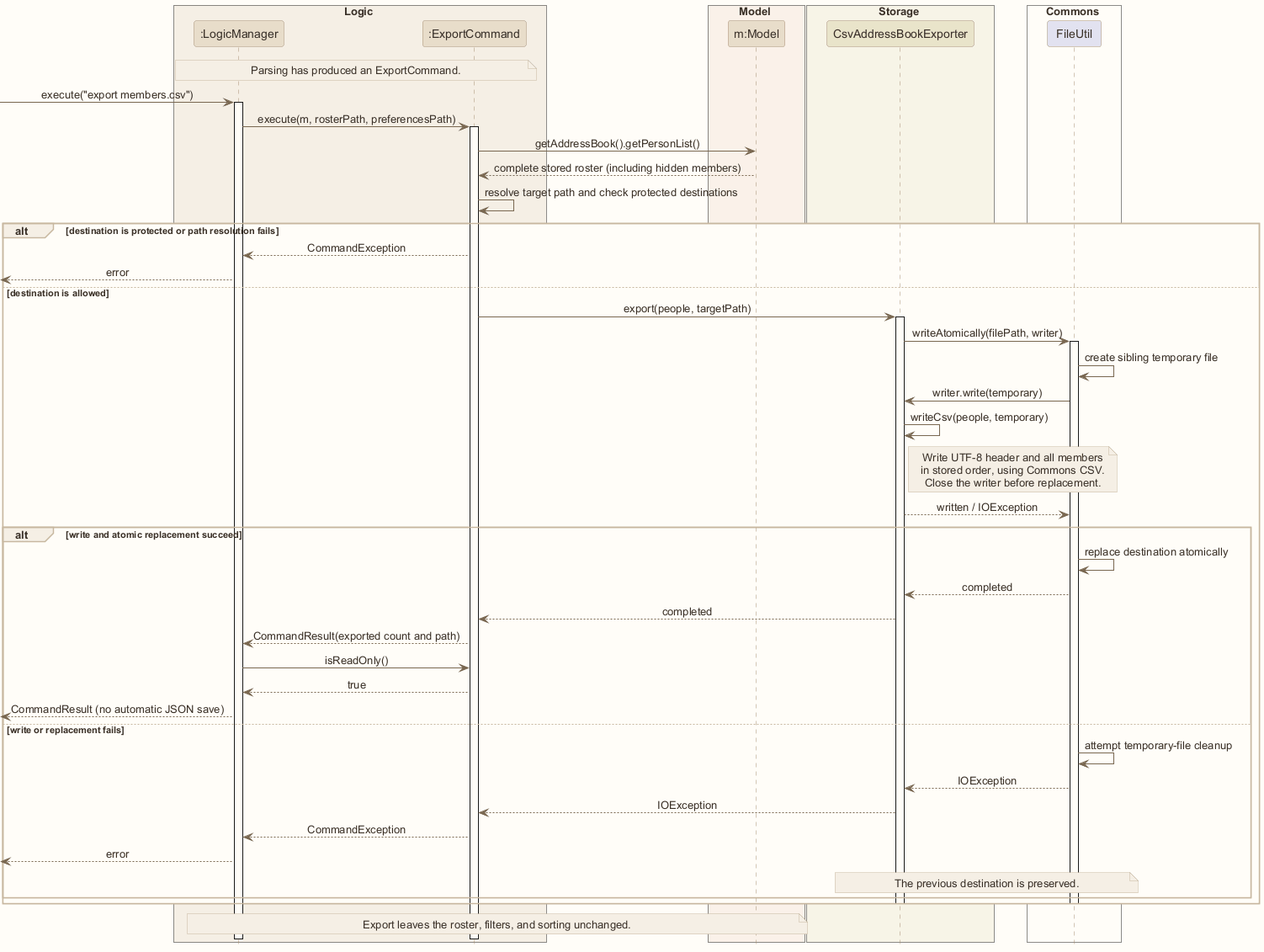
Before: images/CsvExportSequenceDiagram.png, a diagram exported from PlantUML (AY2627S1-CS2103T-W12-1/tp).
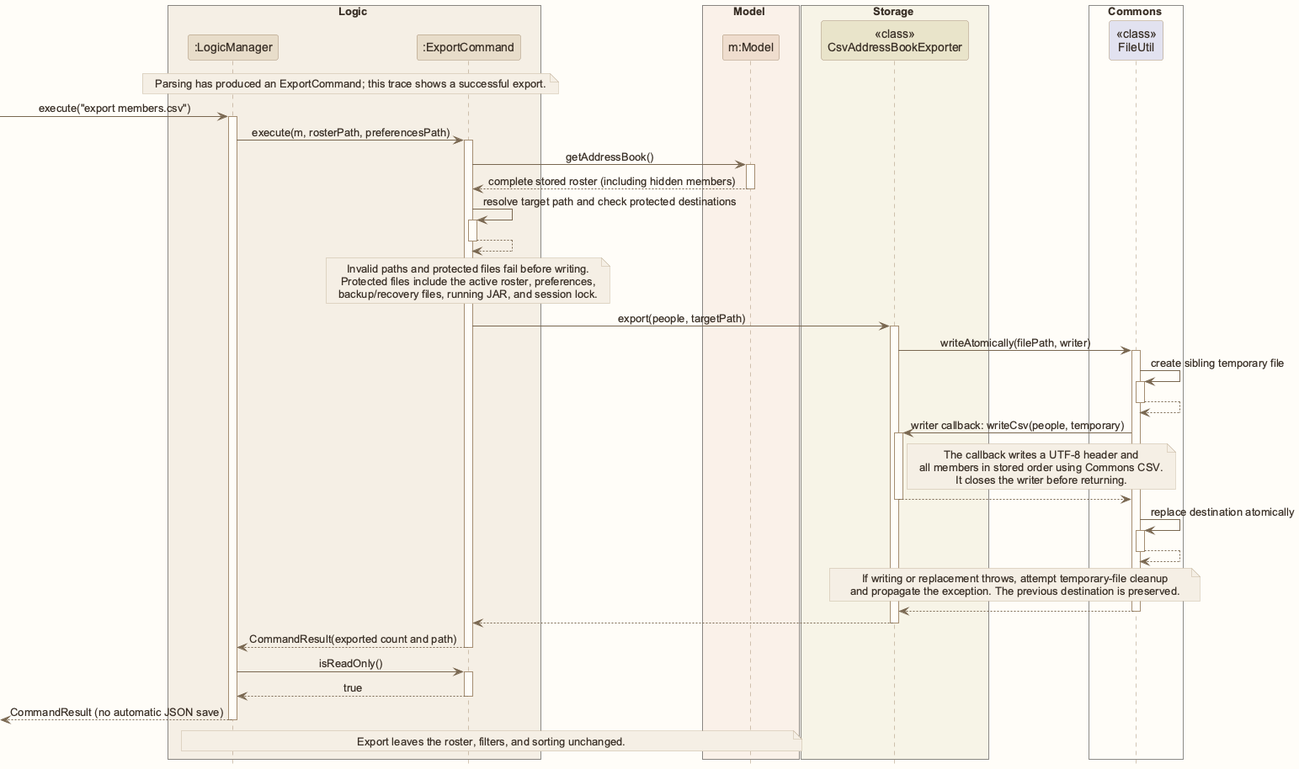
After the commit.

The edit, as a diff of the source:
```diff
@@ -1,4 +1,5 @@
 @startuml
+!pragma layout smetana
 !include style.puml
 skinparam ArrowFontStyle plain
 
@@ -10,57 +11,66 @@
 participant "m:Model" as Model MODEL_COLOR
 end box
 box Storage STORAGE_COLOR_T1
-participant "CsvAddressBookExporter" as Exporter STORAGE_COLOR
+participant "<<class>>\nCsvAddressBookExporter" as Exporter STORAGE_COLOR
 end box
 box Commons #FFFDF8
-participant "FileUtil" as FileUtil
+participant "<<class>>\nFileUtil" as FileUtil
 end box
 
-note over Logic, Command: Parsing has produced an ExportCommand.
+note over Logic, Command: Parsing has produced an ExportCommand; this trace shows a successful export.
 [-> Logic : execute("export members.csv")
 activate Logic
 Logic -> Command : execute(m, rosterPath, preferencesPath)
 activate Command
-Command -> Model : getAddressBook().getPersonList()
+Command -> Model : getAddressBook()
+activate Model
 Model --> Command : complete stored roster (including hidden members)
+deactivate Model
 Command -> Command : resolve target path and check protected destinations
-alt destination is protected or path resolution fails
-    Command --> Logic : CommandException
-    [<-- Logic : error
-else destination is allowed
-    Command -> Exporter : export(people, targetPath)
-    activate Exporter
-    Exporter -> FileUtil : writeAtomically(filePath, writer)
-    activate FileUtil
-    FileUtil -> FileUtil : create sibling temporary file
-    FileUtil -> Exporter : writer.write(temporary)
-    Exporter -> Exporter : writeCsv(people, temporary)
-    note right of Exporter
-    Write UTF-8 header and all members
-    in stored order, using Commons CSV.
-    Close the writer before replacement.
-    end note
-    Exporter --> FileUtil : written / IOException
-    alt write and atomic replacement succeed
-        FileUtil -> FileUtil : replace destination atomically
-        FileUtil --> Exporter : completed
-        Exporter --> Command : completed
-        Command --> Logic : CommandResult(exported count and path)
-        Logic -> Command : isReadOnly()
-        Command --> Logic : true
-        [<-- Logic : CommandResult (no automatic JSON save)
-    else write or replacement fails
-        FileUtil -> FileUtil : attempt temporary-file cleanup
-        FileUtil --> Exporter : IOException
-        Exporter --> Command : IOException
-        Command --> Logic : CommandException
-        [<-- Logic : error
-        note over Exporter, FileUtil: The previous destination is preserved.
-    end
-    deactivate FileUtil
-    deactivate Exporter
-end
+activate Command
+Command --> Command
+deactivate Command
+note over Command
+Invalid paths and protected files fail before writing.
+Protected files include the active roster, preferences,
+backup/recovery files, running JAR, and session lock.
+end note
+Command -> Exporter : export(people, targetPath)
+activate Exporter
+Exporter -> FileUtil : writeAtomically(filePath, writer)
+activate FileUtil
+FileUtil -> FileUtil : create sibling temporary file
+activate FileUtil
+FileUtil --> FileUtil
+deactivate FileUtil
+FileUtil -> Exporter : writer callback: writeCsv(people, temporary)
+activate Exporter
+note right of Exporter
+The callback writes a UTF-8 header and
+all members in stored order using Commons CSV.
+It closes the writer before returning.
+end note
+Exporter --> FileUtil
+deactivate Exporter
+FileUtil -> FileUtil : replace destination atomically
+activate FileUtil
+FileUtil --> FileUtil
+deactivate FileUtil
+note over Exporter, FileUtil
+If writing or replacement throws, attempt temporary-file cleanup
+and propagate the exception. The previous destination is preserved.
+end note
+FileUtil --> Exporter
+deactivate FileUtil
+Exporter --> Command
+deactivate Exporter
+Command --> Logic : CommandResult(exported count and path)
+deactivate Command
+Logic -> Command : isReadOnly()
+activate Command
+Command --> Logic : true
+deactivate Command
+[<-- Logic : CommandResult (no automatic JSON save)
+deactivate Logic
 note over Logic, Model: Export leaves the roster, filters, and sorting unchanged.
-deactivate Command
-deactivate Logic
 @enduml
```
